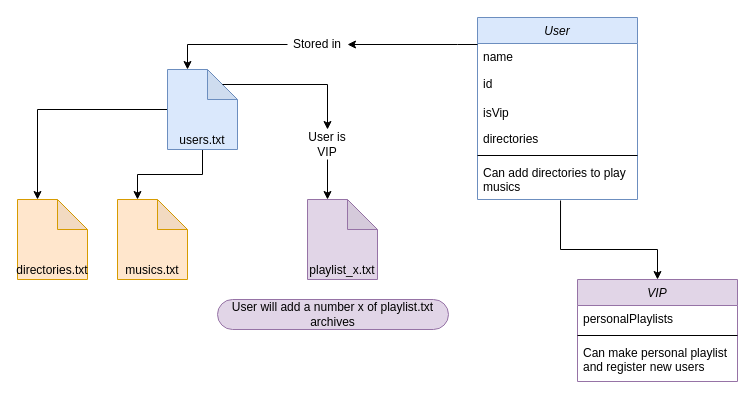
Before: LP2_MusicPlayer.drawio in CV1tor/music-player, a draw.io diagram. Source tidied: cells renumbered, new cells numbered last; positions are measured from the earlier drawing's top-left corner, leaving out a move shared by most shapes. Both pictures are drawn from the tidied source at 100%, with x=0, y=0 at pixel (17, 17).
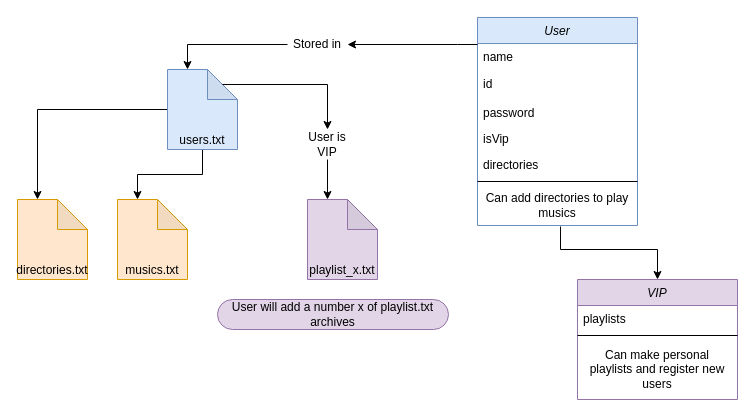
The same diagram, later.

Commit message:
Atualização de estrutura

What changed in the source:
```diff
@@
     <mxCell id="3" value="User" style="swimlane;fontStyle=2;align=center;verticalAlign=top;horizontal=1;startSize=26;rounded=0;shadow=0;strokeWidth=1;fillColor=#dae8fc;strokeColor=#6c8ebf;" parent="1" vertex="1">
-      <mxGeometry x="460" width="160" height="182" as="geometry" />
+      <mxGeometry x="460" width="160" height="208" as="geometry" />
     </mxCell>
@@
+    <mxCell id="27" value="password" style="text;align=left;verticalAlign=top;spacingLeft=4;spacingRight=4;overflow=hidden;rounded=0;shadow=0;html=0;" parent="3" vertex="1">
+      <mxGeometry y="82" width="160" height="26" as="geometry" />
+    </mxCell>
     <mxCell id="6" value="isVip" style="text;align=left;verticalAlign=top;spacingLeft=4;spacingRight=4;overflow=hidden;rounded=0;shadow=0;html=0;" parent="3" vertex="1">
-      <mxGeometry y="82" width="160" height="26" as="geometry" />
+      <mxGeometry y="108" width="160" height="26" as="geometry" />
     </mxCell>
     <mxCell id="7" value="directories" style="text;align=left;verticalAlign=top;spacingLeft=4;spacingRight=4;overflow=hidden;rounded=0;shadow=0;html=0;" parent="3" vertex="1">
-      <mxGeometry y="108" width="160" height="26" as="geometry" />
+      <mxGeometry y="134" width="160" height="26" as="geometry" />
     </mxCell>
     <mxCell id="8" style="line;html=1;strokeWidth=1;align=left;verticalAlign=middle;spacingTop=-1;spacingLeft=3;spacingRight=3;labelPosition=right;" parent="3" vertex="1">
-      <mxGeometry y="134" width="160" height="8" as="geometry" />
+      <mxGeometry y="160" width="160" height="8" as="geometry" />
     </mxCell>
-    <mxCell id="9" value="Can add directories to play musics" style="text;align=left;verticalAlign=top;spacingLeft=4;spacingRight=4;overflow=hidden;points=[[0,0.5],[1,0.5]];portConstraint=eastwest;whiteSpace=wrap;" parent="3" vertex="1">
-      <mxGeometry y="142" width="160" height="40" as="geometry" />
+    <mxCell id="9" value="Can add directories to play musics" style="text;align=center;verticalAlign=middle;spacingLeft=4;spacingRight=4;overflow=hidden;points=[[0,0.5],[1,0.5]];portConstraint=eastwest;whiteSpace=wrap;" parent="3" vertex="1">
+      <mxGeometry y="168" width="160" height="40" as="geometry" />
     </mxCell>
     <mxCell id="10" value="VIP" style="swimlane;fontStyle=2;align=center;verticalAlign=top;horizontal=1;startSize=26;rounded=0;shadow=0;strokeWidth=1;fillColor=#e1d5e7;strokeColor=#9673a6;" parent="1" vertex="1">
-      <mxGeometry x="560" y="262" width="160" height="102" as="geometry" />
+      <mxGeometry x="560" y="262" width="160" height="120" as="geometry" />
     </mxCell>
-    <mxCell id="11" value="personalPlaylists" style="text;align=left;verticalAlign=top;spacingLeft=4;spacingRight=4;overflow=hidden;" parent="10" vertex="1">
+    <mxCell id="11" value="playlists" style="text;align=left;verticalAlign=top;spacingLeft=4;spacingRight=4;overflow=hidden;" parent="10" vertex="1">
       <mxGeometry y="26" width="160" height="26" as="geometry" />
     </mxCell>
@@
-    <mxCell id="13" value="Can make personal playlist and register new users" style="text;align=left;verticalAlign=top;spacingLeft=4;spacingRight=4;overflow=hidden;whiteSpace=wrap;" parent="10" vertex="1">
-      <mxGeometry y="60" width="160" height="42" as="geometry" />
+    <mxCell id="13" value="Can make personal playlists and register new users" style="text;align=center;verticalAlign=middle;spacingLeft=4;spacingRight=4;overflow=hidden;whiteSpace=wrap;" parent="10" vertex="1">
+      <mxGeometry y="60" width="160" height="60" as="geometry" />
     </mxCell>
```
